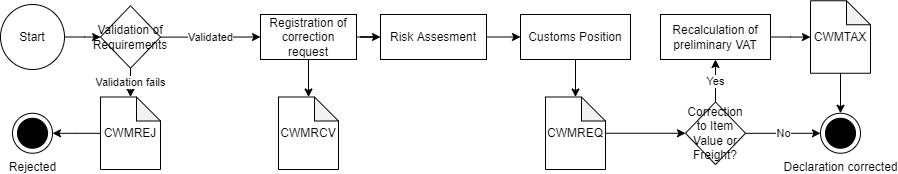
Earlier version of the draw.io export Flows/correction.png (skat/dms-public). Source tidied: cells renumbered, new cells last; positions are measured from the earlier drawing's top-left corner, leaving out a move shared by most shapes. Its diagram source:
```xml
<mxGraphModel>
  <root>
    <mxCell id="0" />
    <mxCell id="1" parent="0" />
    <mxCell id="2" value="Rejected" style="shape=mxgraph.sysml.actFinal;html=1;verticalLabelPosition=bottom;labelBackgroundColor=#ffffff;verticalAlign=top;" parent="1" vertex="1">
      <mxGeometry x="12" y="112.8" width="40" height="40" as="geometry" />
    </mxCell>
    <mxCell id="3" value="Risk Assesment" style="whiteSpace=wrap;html=1;" parent="1" vertex="1">
      <mxGeometry x="380" y="14" width="106" height="45" as="geometry" />
    </mxCell>
    <mxCell id="4" style="edgeStyle=orthogonalEdgeStyle;rounded=0;jettySize=auto;html=1;" parent="1" edge="1" source="5" target="11">
      <mxGeometry relative="1" as="geometry" />
    </mxCell>
    <mxCell id="5" value="Start" style="ellipse;whiteSpace=wrap;html=1;" parent="1" vertex="1">
      <mxGeometry y="4" width="64" height="65" as="geometry" />
    </mxCell>
    <mxCell id="6" style="edgeStyle=orthogonalEdgeStyle;rounded=0;jettySize=auto;html=1;" parent="1" edge="1" source="8" target="3">
      <mxGeometry relative="1" as="geometry" />
    </mxCell>
    <mxCell id="7" style="edgeStyle=orthogonalEdgeStyle;rounded=0;jettySize=auto;html=1;" parent="1" edge="1" source="8" target="18">
      <mxGeometry relative="1" as="geometry" />
    </mxCell>
    <mxCell id="8" value="Registration of correction request" style="whiteSpace=wrap;html=1;" parent="1" vertex="1">
      <mxGeometry x="260" y="14" width="96" height="45" as="geometry" />
    </mxCell>
    <mxCell id="9" value="Validated" style="edgeStyle=orthogonalEdgeStyle;rounded=0;jettySize=auto;html=1;" parent="1" edge="1" source="11" target="8">
      <mxGeometry relative="1" as="geometry" />
    </mxCell>
    <mxCell id="10" value="Validation fails" style="edgeStyle=orthogonalEdgeStyle;rounded=0;jettySize=auto;html=1;" parent="1" edge="1" source="11" target="20">
      <mxGeometry relative="1" as="geometry" />
    </mxCell>
    <mxCell id="11" value="Validation of Requirements" style="rhombus;whiteSpace=wrap;html=1;" parent="1" vertex="1">
      <mxGeometry x="100" y="5.2" width="60" height="62.5" as="geometry" />
    </mxCell>
    <mxCell id="12" style="edgeStyle=orthogonalEdgeStyle;rounded=0;jettySize=auto;html=1;" parent="1" edge="1" source="13" target="17">
      <mxGeometry relative="1" as="geometry" />
    </mxCell>
    <mxCell id="13" value="Customs Position" style="whiteSpace=wrap;html=1;" parent="1" vertex="1">
      <mxGeometry x="520" y="14" width="110" height="45" as="geometry" />
    </mxCell>
    <mxCell id="14" style="endArrow=classic;html=1;rounded=0;exitX=1;exitY=0.5;exitDx=0;exitDy=0;entryX=0;entryY=0.5;entryDx=0;entryDy=0;" parent="1" edge="1" source="3" target="13">
      <mxGeometry relative="1" as="geometry" />
    </mxCell>
    <mxCell id="15" value="Declaration corrected" style="shape=mxgraph.sysml.actFinal;html=1;verticalLabelPosition=bottom;labelBackgroundColor=#ffffff;verticalAlign=top;" parent="1" vertex="1">
      <mxGeometry x="820" y="112.8" width="40" height="40" as="geometry" />
    </mxCell>
    <mxCell id="16" style="edgeStyle=orthogonalEdgeStyle;rounded=0;jettySize=auto;html=1;" parent="1" edge="1" source="17" target="23">
      <mxGeometry relative="1" as="geometry" />
    </mxCell>
    <mxCell id="17" value="CWMREQ" style="shape=note;whiteSpace=wrap;html=1;backgroundOutline=1;darkOpacity=0.05;size=24;" parent="1" vertex="1">
      <mxGeometry x="545" y="96.5" width="60" height="72.5" as="geometry" />
    </mxCell>
    <mxCell id="18" value="CWMRCV" style="shape=note;whiteSpace=wrap;html=1;backgroundOutline=1;darkOpacity=0.05;size=24;" parent="1" vertex="1">
      <mxGeometry x="278" y="96.5" width="60" height="72.5" as="geometry" />
    </mxCell>
    <mxCell id="19" style="edgeStyle=orthogonalEdgeStyle;rounded=0;jettySize=auto;html=1;" parent="1" edge="1" source="20" target="2">
      <mxGeometry relative="1" as="geometry" />
    </mxCell>
    <mxCell id="20" value="CWMREJ" style="shape=note;whiteSpace=wrap;html=1;backgroundOutline=1;darkOpacity=0.05;size=24;" parent="1" vertex="1">
      <mxGeometry x="100" y="96.5" width="60" height="72.5" as="geometry" />
    </mxCell>
    <mxCell id="21" value="No" style="edgeStyle=orthogonalEdgeStyle;rounded=0;jettySize=auto;html=1;" parent="1" edge="1" source="23" target="15">
      <mxGeometry relative="1" as="geometry" />
    </mxCell>
    <mxCell id="22" value="Yes" style="edgeStyle=orthogonalEdgeStyle;rounded=0;jettySize=auto;html=1;" parent="1" edge="1" source="23" target="27">
      <mxGeometry relative="1" as="geometry" />
    </mxCell>
    <mxCell id="23" value="Correction to Item Value or&lt;br&gt;Freight?" style="rhombus;whiteSpace=wrap;html=1;" parent="1" vertex="1">
      <mxGeometry x="685" y="101.5" width="60" height="62.5" as="geometry" />
    </mxCell>
    <mxCell id="24" style="edgeStyle=orthogonalEdgeStyle;rounded=0;jettySize=auto;html=1;" parent="1" edge="1" source="25" target="15">
      <mxGeometry relative="1" as="geometry" />
    </mxCell>
    <mxCell id="25" value="CWMTAX" style="shape=note;whiteSpace=wrap;html=1;backgroundOutline=1;darkOpacity=0.05;size=24;" parent="1" vertex="1">
      <mxGeometry x="810" y="0.2" width="60" height="72.5" as="geometry" />
    </mxCell>
    <mxCell id="26" style="edgeStyle=orthogonalEdgeStyle;rounded=0;jettySize=auto;html=1;" parent="1" edge="1" source="27" target="25">
      <mxGeometry relative="1" as="geometry" />
    </mxCell>
    <mxCell id="27" value="Recalculation of preliminary VAT" style="whiteSpace=wrap;html=1;" parent="1" vertex="1">
      <mxGeometry x="660" y="14" width="110" height="45" as="geometry" />
    </mxCell>
  </root>
</mxGraphModel>
```
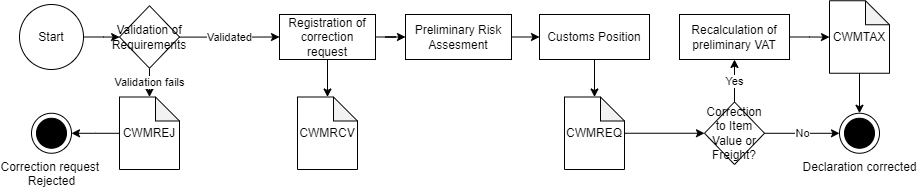
After the commit.

The edit, as a diff of the source:
```diff
@@ -2,11 +2,11 @@
   <root>
     <mxCell id="0" />
     <mxCell id="1" parent="0" />
-    <mxCell id="2" value="Rejected" style="shape=mxgraph.sysml.actFinal;html=1;verticalLabelPosition=bottom;labelBackgroundColor=#ffffff;verticalAlign=top;" parent="1" vertex="1">
+    <mxCell id="2" value="Correction request &lt;br&gt;Rejected" style="shape=mxgraph.sysml.actFinal;html=1;verticalLabelPosition=bottom;labelBackgroundColor=#ffffff;verticalAlign=top;" parent="1" vertex="1">
       <mxGeometry x="12" y="112.8" width="40" height="40" as="geometry" />
     </mxCell>
-    <mxCell id="3" value="Risk Assesment" style="whiteSpace=wrap;html=1;" parent="1" vertex="1">
-      <mxGeometry x="380" y="14" width="106" height="45" as="geometry" />
+    <mxCell id="3" value="Preliminary Risk Assesment" style="whiteSpace=wrap;html=1;" parent="1" vertex="1">
+      <mxGeometry x="386" y="14" width="106" height="45" as="geometry" />
     </mxCell>
     <mxCell id="4" style="edgeStyle=orthogonalEdgeStyle;rounded=0;jettySize=auto;html=1;" parent="1" edge="1" source="5" target="11">
       <mxGeometry relative="1" as="geometry" />
```
